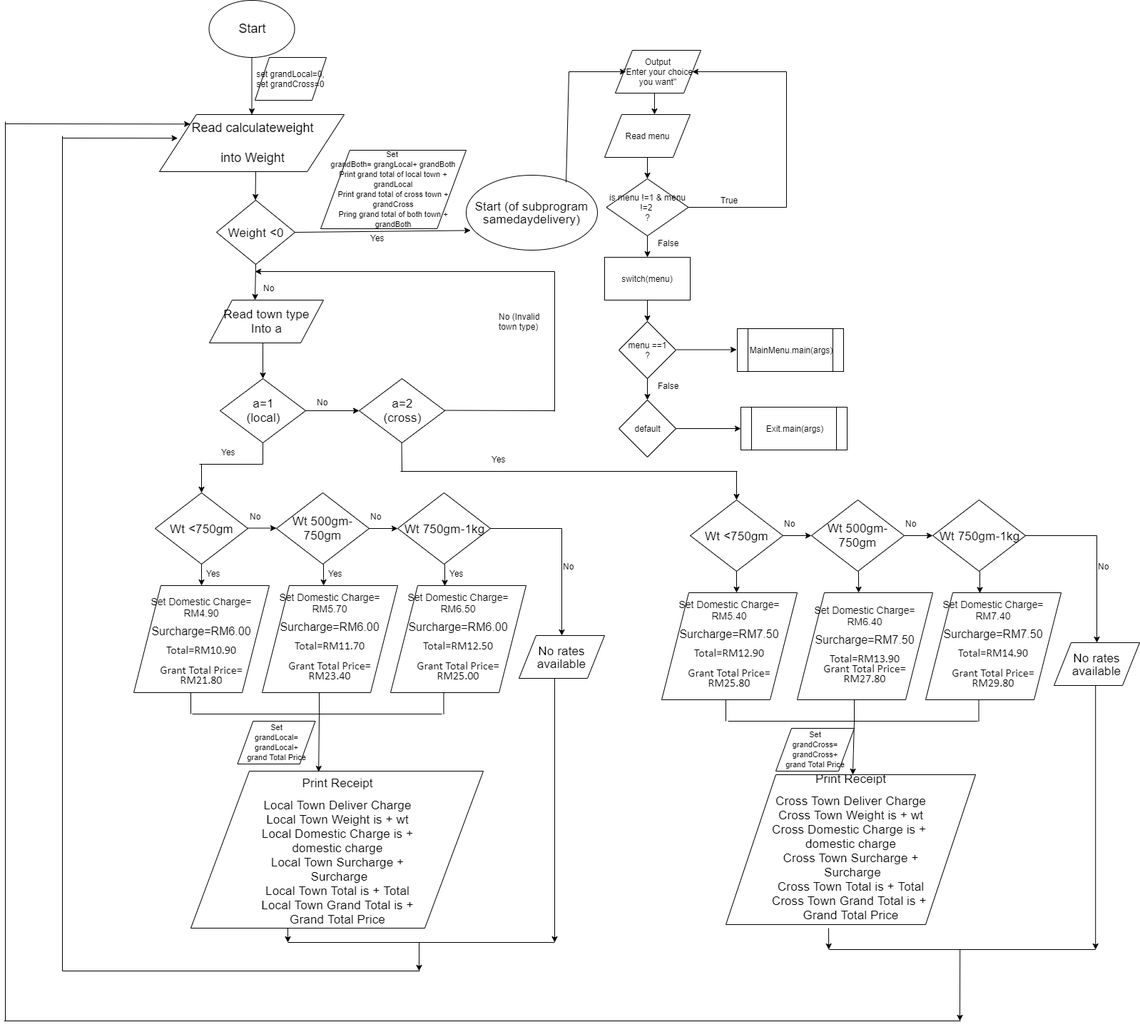
Above: flowchart assign 2.png in gohfangyao/Same-Day-Delivery (draw.io), before the change. Source tidied: cells renumbered, new cells last; positions are measured from the earlier drawing's top-left corner, leaving out a move shared by most shapes.
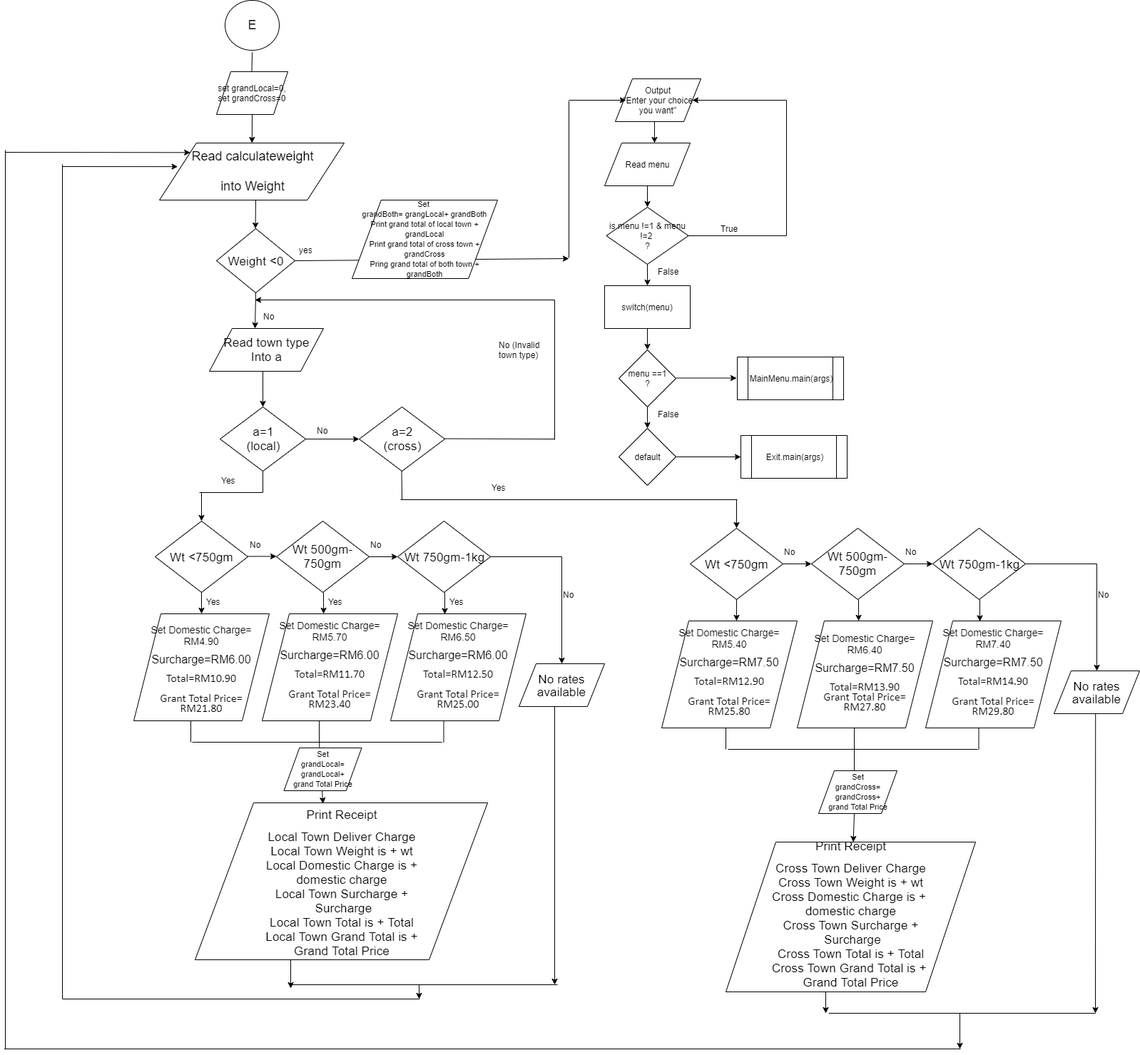
The same diagram one commit later.

Diff of the diagram source:
```diff
@@ -2,8 +2,8 @@
   <root>
     <mxCell id="0" />
     <mxCell id="1" parent="0" />
-    <mxCell id="2" value="&lt;font style=&quot;font-size: 18px&quot;&gt;Start&lt;/font&gt;" style="ellipse;whiteSpace=wrap;html=1;" parent="1" vertex="1">
-      <mxGeometry x="287.5" width="120" height="80" as="geometry" />
+    <mxCell id="2" value="&lt;font style=&quot;font-size: 18px&quot;&gt;E&lt;/font&gt;" style="ellipse;whiteSpace=wrap;html=1;" parent="1" vertex="1">
+      <mxGeometry x="310" y="-40" width="76" height="70" as="geometry" />
     </mxCell>
     <mxCell id="3" value="&lt;font style=&quot;font-size: 18px&quot;&gt;&lt;span style=&quot;text-align: left ; white-space: nowrap&quot;&gt;Read calculateweight&lt;/span&gt;&lt;br style=&quot;text-align: left ; white-space: nowrap&quot;&gt;&lt;br style=&quot;text-align: left ; white-space: nowrap&quot;&gt;&lt;span style=&quot;text-align: left ; white-space: nowrap&quot;&gt;into Weight&lt;/span&gt;&lt;/font&gt;" style="shape=parallelogram;perimeter=parallelogramPerimeter;whiteSpace=wrap;html=1;" parent="1" vertex="1">
       <mxGeometry x="218" y="160" width="259" height="80" as="geometry" />
@@ -11,9 +11,6 @@
     <mxCell id="4" value="&lt;p class=&quot;MsoNormal&quot; align=&quot;center&quot;&gt;&lt;span style=&quot;font-size: 13.0pt ; line-height: 107%&quot;&gt;Weight &amp;lt;0&lt;/span&gt;&lt;/p&gt;" style="rhombus;whiteSpace=wrap;html=1;" parent="1" vertex="1">
       <mxGeometry x="298" y="280" width="110" height="90" as="geometry" />
     </mxCell>
-    <mxCell id="5" value="&lt;p class=&quot;MsoNormal&quot; align=&quot;center&quot;&gt;&lt;span style=&quot;font-size: 13.0pt ; line-height: 107%&quot;&gt;Start (of subprogram samedaydelivery)&lt;/span&gt;&lt;/p&gt;" style="ellipse;whiteSpace=wrap;html=1;" parent="1" vertex="1">
-      <mxGeometry x="648" y="245" width="184" height="105" as="geometry" />
-    </mxCell>
     <mxCell id="6" value="&lt;span style=&quot;font-size: 17.3333px&quot;&gt;Read town type&lt;br&gt;Into a&lt;br&gt;&lt;/span&gt;" style="shape=parallelogram;perimeter=parallelogramPerimeter;whiteSpace=wrap;html=1;" parent="1" vertex="1">
       <mxGeometry x="288" y="420" width="160" height="60" as="geometry" />
     </mxCell>
@@ -42,13 +39,15 @@
       <mxGeometry x="542" y="820" width="190" height="150" as="geometry" />
     </mxCell>
     <mxCell id="15" value="&lt;p class=&quot;MsoNormal&quot; align=&quot;center&quot;&gt;&lt;span style=&quot;font-size: 13.0pt ; line-height: 107%&quot;&gt;Print Receipt&lt;/span&gt;&lt;/p&gt;&lt;span style=&quot;font-size: 13pt&quot;&gt;Local Town Deliver Charge&lt;/span&gt;&lt;br&gt;&lt;span style=&quot;font-size: 13pt&quot;&gt;Local Town Weight is + wt&lt;/span&gt;&lt;br&gt;&lt;span style=&quot;font-size: 13pt&quot;&gt;Local Domestic Charge is + &lt;br&gt;domestic&amp;nbsp;&lt;/span&gt;&lt;span style=&quot;font-size: 13pt&quot;&gt;charge&lt;/span&gt;&lt;span style=&quot;font-size: 13pt&quot;&gt;&lt;br&gt;&lt;/span&gt;&lt;span style=&quot;font-size: 13pt&quot;&gt;Local Town Surcharge +&lt;br&gt;&amp;nbsp;Surcharge&lt;/span&gt;&lt;br&gt;&lt;span style=&quot;font-size: 13pt&quot;&gt;Local Town Total is + Total&lt;br&gt;Local Town Grand Total is + &lt;br&gt;Grand Total Price&lt;br&gt;&lt;/span&gt;" style="shape=parallelogram;perimeter=parallelogramPerimeter;whiteSpace=wrap;html=1;" parent="1" vertex="1">
-      <mxGeometry x="262" y="1080" width="410" height="220" as="geometry" />
+      <mxGeometry x="268" y="1085" width="410" height="220" as="geometry" />
     </mxCell>
     <mxCell id="16" value="&lt;p class=&quot;MsoNormal&quot; align=&quot;center&quot;&gt;&lt;span style=&quot;font-size: 13.0pt ; line-height: 107%&quot;&gt;No rates available&lt;/span&gt;&lt;/p&gt;" style="shape=parallelogram;perimeter=parallelogramPerimeter;whiteSpace=wrap;html=1;" parent="1" vertex="1">
       <mxGeometry x="722" y="890" width="120" height="60" as="geometry" />
     </mxCell>
-    <mxCell id="17" style="endArrow=classic;html=1;exitX=1;exitY=0.5;exitDx=0;exitDy=0;entryX=0.033;entryY=0.737;entryDx=0;entryDy=0;entryPerimeter=0;" parent="1" edge="1" source="4" target="5">
-      <mxGeometry relative="1" as="geometry" />
+    <mxCell id="17" style="endArrow=classic;html=1;exitX=1;exitY=0.5;exitDx=0;exitDy=0;" parent="1" edge="1" source="4">
+      <mxGeometry relative="1" as="geometry">
+        <mxPoint x="792" y="322" as="targetPoint" />
+      </mxGeometry>
     </mxCell>
     <mxCell id="18" style="endArrow=classic;html=1;" parent="1" edge="1">
       <mxGeometry relative="1" as="geometry">
@@ -175,7 +174,7 @@
       <mxGeometry x="1292" y="830" width="190" height="150" as="geometry" />
     </mxCell>
     <mxCell id="43" value="&lt;p class=&quot;MsoNormal&quot; align=&quot;center&quot;&gt;&lt;span style=&quot;font-size: 13pt ; line-height: 18.5467px&quot;&gt;Print Receipt&lt;/span&gt;&lt;/p&gt;&lt;p class=&quot;MsoNormal&quot; align=&quot;center&quot;&gt;&lt;span style=&quot;font-size: 13pt&quot;&gt;Cross Town Deliver Charge&lt;/span&gt;&lt;br&gt;&lt;span style=&quot;font-size: 17.3333px&quot;&gt;Cross&lt;/span&gt;&lt;span style=&quot;font-size: 13pt&quot;&gt;&amp;nbsp;Town Weight is + wt&lt;/span&gt;&lt;br&gt;&lt;span style=&quot;font-size: 17.3333px&quot;&gt;Cross&lt;/span&gt;&lt;span style=&quot;font-size: 13pt&quot;&gt;&amp;nbsp;Domestic Charge is +&amp;nbsp;&lt;br&gt;domestic&amp;nbsp;&lt;/span&gt;&lt;span style=&quot;font-size: 13pt&quot;&gt;charge&lt;/span&gt;&lt;span style=&quot;font-size: 13pt&quot;&gt;&lt;br&gt;&lt;/span&gt;&lt;span style=&quot;font-size: 17.3333px&quot;&gt;Cross&lt;/span&gt;&lt;span style=&quot;font-size: 13pt&quot;&gt;&amp;nbsp;Town Surcharge +&lt;br&gt;&amp;nbsp;Surcharge&lt;/span&gt;&lt;br&gt;&lt;span style=&quot;font-size: 17.3333px&quot;&gt;Cross&lt;/span&gt;&lt;span style=&quot;font-size: 13pt&quot;&gt;&amp;nbsp;Town Total is + Total&lt;br&gt;&lt;/span&gt;&lt;span style=&quot;font-size: 17.3333px&quot;&gt;Cross&lt;/span&gt;&lt;span style=&quot;font-size: 13pt&quot;&gt;&amp;nbsp;Town Grand Total is +&amp;nbsp;&lt;br&gt;Grand Total Price&lt;/span&gt;&lt;br&gt;&lt;/p&gt;" style="shape=parallelogram;perimeter=parallelogramPerimeter;whiteSpace=wrap;html=1;" parent="1" vertex="1">
-      <mxGeometry x="1012" y="1085" width="350" height="210" as="geometry" />
+      <mxGeometry x="1012" y="1140" width="350" height="210" as="geometry" />
     </mxCell>
     <mxCell id="44" value="&lt;p class=&quot;MsoNormal&quot; align=&quot;center&quot;&gt;&lt;span style=&quot;font-size: 13.0pt ; line-height: 107%&quot;&gt;No rates available&lt;/span&gt;&lt;/p&gt;" style="shape=parallelogram;perimeter=parallelogramPerimeter;whiteSpace=wrap;html=1;" parent="1" vertex="1">
       <mxGeometry x="1472" y="900" width="120" height="60" as="geometry" />
@@ -242,11 +241,6 @@
         <mxPoint x="1365" y="1010" as="targetPoint" />
       </mxGeometry>
     </mxCell>
-    <mxCell id="56" style="endArrow=classic;html=1;" parent="1" edge="1" target="43">
-      <mxGeometry relative="1" as="geometry">
-        <mxPoint x="1192" y="1010" as="sourcePoint" />
-      </mxGeometry>
-    </mxCell>
     <mxCell id="57" style="endArrow=none;html=1;" parent="1" edge="1">
       <mxGeometry relative="1" as="geometry">
         <mxPoint x="1432" y="750" as="sourcePoint" />
@@ -260,25 +254,25 @@
     </mxCell>
     <mxCell id="59" style="endArrow=classic;html=1;" parent="1" edge="1">
       <mxGeometry relative="1" as="geometry">
-        <mxPoint x="398" y="1300" as="sourcePoint" />
-        <mxPoint x="398" y="1320" as="targetPoint" />
+        <mxPoint x="402" y="1305" as="sourcePoint" />
+        <mxPoint x="402" y="1345" as="targetPoint" />
       </mxGeometry>
     </mxCell>
     <mxCell id="60" style="endArrow=classic;html=1;" parent="1" edge="1">
       <mxGeometry relative="1" as="geometry">
         <mxPoint x="772" y="950" as="sourcePoint" />
-        <mxPoint x="772" y="1320" as="targetPoint" />
+        <mxPoint x="772" y="1340" as="targetPoint" />
       </mxGeometry>
     </mxCell>
     <mxCell id="61" style="endArrow=none;html=1;" parent="1" edge="1">
       <mxGeometry relative="1" as="geometry">
-        <mxPoint x="398" y="1320" as="sourcePoint" />
-        <mxPoint x="772" y="1320" as="targetPoint" />
+        <mxPoint x="402" y="1340" as="sourcePoint" />
+        <mxPoint x="776" y="1340" as="targetPoint" />
       </mxGeometry>
     </mxCell>
     <mxCell id="62" style="endArrow=classic;html=1;" parent="1" edge="1">
       <mxGeometry relative="1" as="geometry">
-        <mxPoint x="582" y="1320" as="sourcePoint" />
+        <mxPoint x="582" y="1340" as="sourcePoint" />
         <mxPoint x="582" y="1360" as="targetPoint" />
       </mxGeometry>
     </mxCell>
@@ -308,9 +302,6 @@
     <mxCell id="67" value="&lt;p class=&quot;MsoNormal&quot; align=&quot;center&quot;&gt;&lt;font style=&quot;font-size: 14px&quot;&gt;&lt;span style=&quot;line-height: 14.98px&quot;&gt;Set&amp;nbsp;&lt;/span&gt;Domestic Charge= RM5.40&lt;/font&gt;&lt;/p&gt;&lt;p class=&quot;MsoNormal&quot; align=&quot;center&quot;&gt;&lt;span style=&quot;line-height: 12.84px&quot;&gt;&lt;font size=&quot;3&quot;&gt;Surcharge=RM7.50&lt;/font&gt;&lt;/span&gt;&lt;/p&gt;&lt;p class=&quot;MsoNormal&quot; align=&quot;center&quot;&gt;&lt;span style=&quot;line-height: 12.84px ; font-family: &amp;#34;calibri&amp;#34; , sans-serif&quot;&gt;&lt;font size=&quot;3&quot;&gt;Total&lt;/font&gt;&lt;/span&gt;&lt;span style=&quot;line-height: 12.84px ; font-family: &amp;#34;calibri&amp;#34; , sans-serif&quot;&gt;&lt;font size=&quot;3&quot;&gt;=RM12.90&lt;br&gt;&lt;br&gt;Grant Total Price=&lt;br&gt;RM25.80&lt;/font&gt;&lt;/span&gt;&lt;br&gt;&lt;/p&gt;" style="shape=parallelogram;perimeter=parallelogramPerimeter;whiteSpace=wrap;html=1;" parent="1" vertex="1">
       <mxGeometry x="922" y="830" width="190" height="150" as="geometry" />
     </mxCell>
-    <mxCell id="68" value="Yes" style="text;html=1;" parent="1" vertex="1">
-      <mxGeometry x="512" y="320" width="40" height="30" as="geometry" />
-    </mxCell>
     <mxCell id="69" value="No" style="text;html=1;" parent="1" vertex="1">
       <mxGeometry x="362" y="390" width="40" height="30" as="geometry" />
     </mxCell>
@@ -359,7 +350,7 @@
     <mxCell id="83" value="No" style="text;html=1;" parent="1" vertex="1">
       <mxGeometry x="1532" y="780" width="40" height="30" as="geometry" />
     </mxCell>
-    <mxCell id="84" style="endArrow=classic;html=1;exitX=0.5;exitY=1;exitDx=0;exitDy=0;" parent="1" edge="1" source="2" target="3">
+    <mxCell id="84" style="endArrow=classic;html=1;exitX=0.5;exitY=1;exitDx=0;exitDy=0;" parent="1" edge="1" source="116" target="3">
       <mxGeometry relative="1" as="geometry" />
     </mxCell>
     <mxCell id="85" style="endArrow=classic;html=1;" parent="1" edge="1">
@@ -370,25 +361,25 @@
     </mxCell>
     <mxCell id="86" style="endArrow=classic;html=1;" parent="1" edge="1">
       <mxGeometry relative="1" as="geometry">
-        <mxPoint x="1156" y="1300" as="sourcePoint" />
-        <mxPoint x="1156.2" y="1330" as="targetPoint" />
+        <mxPoint x="1152" y="1350" as="sourcePoint" />
+        <mxPoint x="1152" y="1380" as="targetPoint" />
       </mxGeometry>
     </mxCell>
     <mxCell id="87" style="endArrow=classic;html=1;" parent="1" edge="1">
       <mxGeometry relative="1" as="geometry">
         <mxPoint x="1530.2" y="960" as="sourcePoint" />
-        <mxPoint x="1530.2" y="1330" as="targetPoint" />
+        <mxPoint x="1530" y="1380" as="targetPoint" />
       </mxGeometry>
     </mxCell>
     <mxCell id="88" style="endArrow=none;html=1;" parent="1" edge="1">
       <mxGeometry relative="1" as="geometry">
-        <mxPoint x="1156.2" y="1330" as="sourcePoint" />
-        <mxPoint x="1530.2" y="1330" as="targetPoint" />
+        <mxPoint x="1156.2" y="1380" as="sourcePoint" />
+        <mxPoint x="1530.2" y="1380" as="targetPoint" />
       </mxGeometry>
     </mxCell>
     <mxCell id="89" style="endArrow=classic;html=1;" parent="1" edge="1">
       <mxGeometry relative="1" as="geometry">
-        <mxPoint x="1340.2" y="1330" as="sourcePoint" />
+        <mxPoint x="1340" y="1380" as="sourcePoint" />
         <mxPoint x="1340" y="1430" as="targetPoint" />
       </mxGeometry>
     </mxCell>
@@ -501,22 +492,43 @@
         <mxPoint x="872" y="100" as="targetPoint" />
       </mxGeometry>
     </mxCell>
-    <mxCell id="115" style="endArrow=none;html=1;exitX=0.761;exitY=0.095;exitDx=0;exitDy=0;exitPerimeter=0;" parent="1" edge="1" source="5">
+    <mxCell id="115" style="endArrow=none;html=1;" parent="1" edge="1">
       <mxGeometry relative="1" as="geometry">
-        <mxPoint x="792" y="100" as="targetPoint" />
+        <mxPoint x="792" y="321" as="sourcePoint" />
+        <mxPoint x="792" y="101" as="targetPoint" />
       </mxGeometry>
     </mxCell>
-    <mxCell id="116" value="set grandLocal=0,&lt;br&gt;set grandCross=0" style="shape=parallelogram;perimeter=parallelogramPerimeter;whiteSpace=wrap;html=1;" parent="1" vertex="1">
-      <mxGeometry x="352" y="80" width="100" height="60" as="geometry" />
-    </mxCell>
     <mxCell id="117" value="&lt;font style=&quot;font-size: 11px&quot;&gt;Set&lt;br&gt;grandLocal=&lt;br&gt;grandLocal+&lt;br&gt;grand Total Price&lt;/font&gt;" style="shape=parallelogram;perimeter=parallelogramPerimeter;whiteSpace=wrap;html=1;" parent="1" vertex="1">
-      <mxGeometry x="327.5" y="1010" width="109" height="60" as="geometry" />
+      <mxGeometry x="392.5" y="1008" width="109" height="60" as="geometry" />
     </mxCell>
     <mxCell id="118" value="&lt;font style=&quot;font-size: 11px&quot;&gt;Set&lt;br&gt;grandCross=&lt;br&gt;grandCross+&lt;br&gt;grand Total Price&lt;/font&gt;" style="shape=parallelogram;perimeter=parallelogramPerimeter;whiteSpace=wrap;html=1;" parent="1" vertex="1">
-      <mxGeometry x="1082" y="1020" width="110" height="60" as="geometry" />
+      <mxGeometry x="1142" y="1040" width="110" height="60" as="geometry" />
     </mxCell>
     <mxCell id="119" value="&lt;font style=&quot;font-size: 11px&quot;&gt;Set &lt;br&gt;grandBoth= grangLocal+ grandBoth&lt;br&gt;Print grand total of local town + grandLocal&lt;br&gt;Print grand total of cross town + grandCross&lt;br&gt;Pring grand total of both town + grandBoth&lt;/font&gt;" style="shape=parallelogram;perimeter=parallelogramPerimeter;whiteSpace=wrap;html=1;" parent="1" vertex="1">
-      <mxGeometry x="444" y="210" width="204" height="110" as="geometry" />
+      <mxGeometry x="488" y="240" width="204" height="110" as="geometry" />
     </mxCell>
+    <mxCell id="116" value="set grandLocal=0,&lt;br&gt;set grandCross=0" style="shape=parallelogram;perimeter=parallelogramPerimeter;whiteSpace=wrap;html=1;" parent="1" vertex="1">
+      <mxGeometry x="298" y="60" width="100" height="60" as="geometry" />
+    </mxCell>
+    <mxCell id="120" style="endArrow=none;html=1;" parent="1" edge="1">
+      <mxGeometry relative="1" as="geometry">
+        <mxPoint x="348" y="33" as="sourcePoint" />
+        <mxPoint x="347.5" y="60" as="targetPoint" />
+      </mxGeometry>
+    </mxCell>
+    <mxCell id="121" style="endArrow=none;html=1;entryX=0.5;entryY=0;entryDx=0;entryDy=0;" parent="1" edge="1">
+      <mxGeometry relative="1" as="geometry">
+        <mxPoint x="1192" y="1010" as="sourcePoint" />
+        <mxPoint x="1192" y="1040" as="targetPoint" />
+      </mxGeometry>
+    </mxCell>
+    <mxCell id="122" value="yes" style="text;html=1;align=center;verticalAlign=middle;" parent="1" vertex="1">
+      <mxGeometry x="408" y="300" width="30" height="20" as="geometry" />
+    </mxCell>
+    <mxCell id="123" style="endArrow=classic;html=1;" parent="1" edge="1" target="43">
+      <mxGeometry relative="1" as="geometry">
+        <mxPoint x="1192" y="1100" as="sourcePoint" />
+      </mxGeometry>
+    </mxCell>
   </root>
 </mxGraphModel>
```
